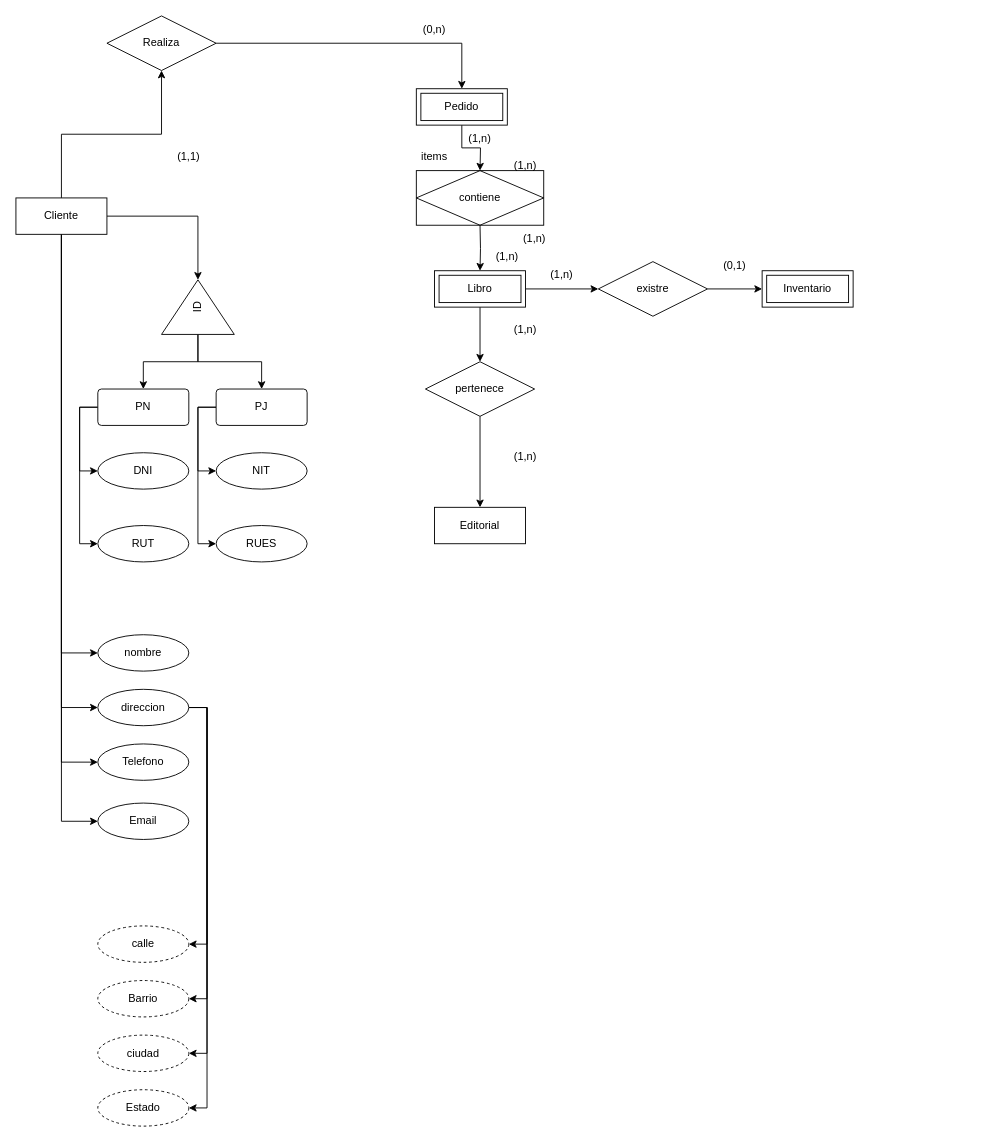
Earlier version of the draw.io diagram Manejo de bases de datos.drawio (lucaperez123/CursoAlura). Source tidied: cells renumbered, new cells numbered last; positions are measured from the earlier drawing's top-left corner, leaving out a move shared by most shapes. Both pictures are drawn from the tidied source at 91%, with x=0, y=0 at pixel (15, 15).
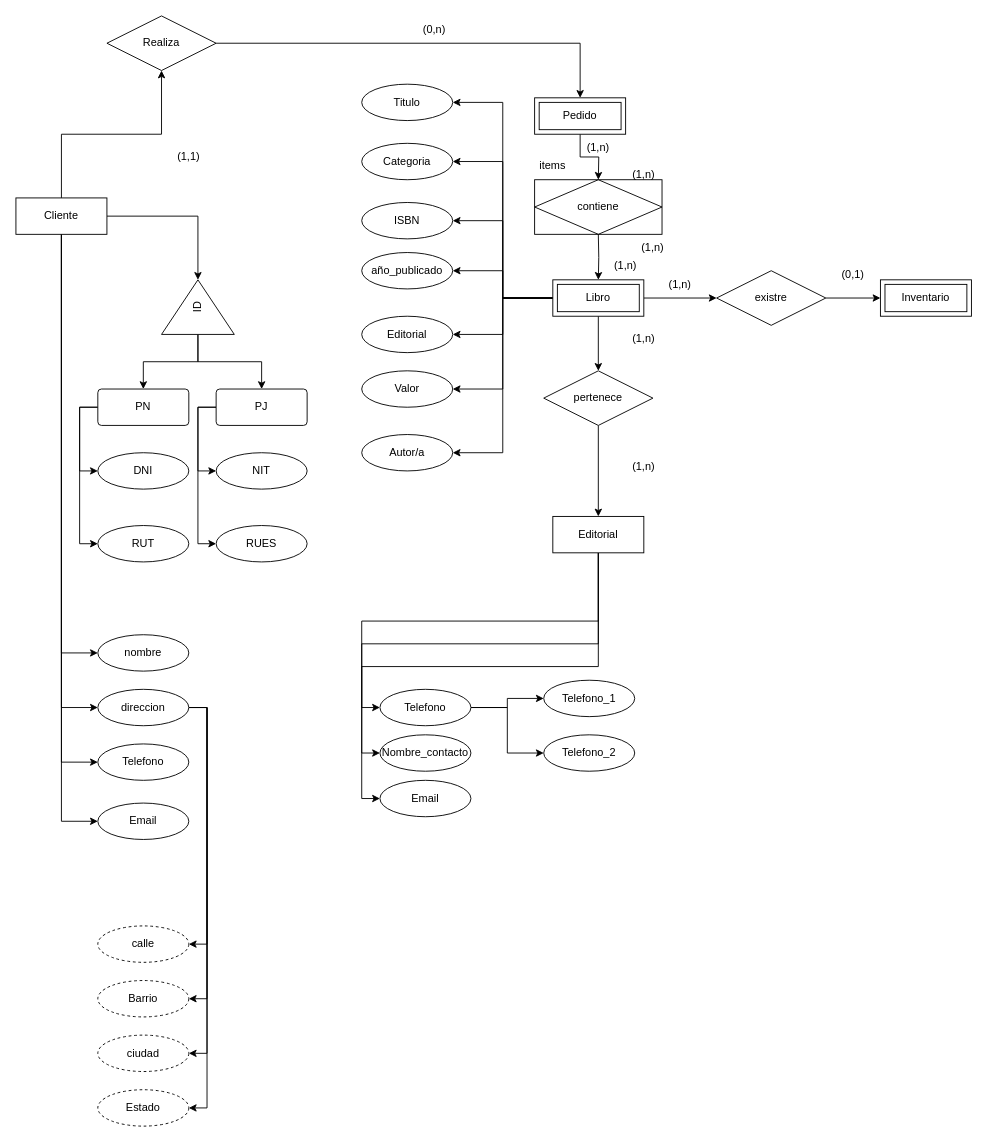
Above is the later version.

Commit message:
colocamos atributos de libro y editorial

What changed in the source:
```diff
@@
     <mxCell id="9" style="edgeStyle=orthogonalEdgeStyle;rounded=0;jettySize=auto;html=1;exitX=0.5;exitY=1;exitDx=0;exitDy=0;entryX=0.5;entryY=0;entryDx=0;entryDy=0;" parent="1" edge="1" source="10">
       <mxGeometry relative="1" as="geometry">
-        <mxPoint x="510" y="170" as="targetPoint" />
+        <mxPoint x="640" y="180" as="targetPoint" />
       </mxGeometry>
     </mxCell>
     <mxCell id="10" value="Pedido" style="shape=ext;margin=3;double=1;whiteSpace=wrap;html=1;align=center;" parent="1" vertex="1">
-      <mxGeometry x="440" y="80" width="100" height="40" as="geometry" />
+      <mxGeometry x="570" y="90" width="100" height="40" as="geometry" />
     </mxCell>
+    <mxCell id="61" style="edgeStyle=orthogonalEdgeStyle;rounded=0;jettySize=auto;html=1;exitX=0.5;exitY=1;exitDx=0;exitDy=0;entryX=0;entryY=0.5;entryDx=0;entryDy=0;" parent="1" edge="1" source="11" target="80">
+      <mxGeometry relative="1" as="geometry" />
+    </mxCell>
+    <mxCell id="62" style="edgeStyle=orthogonalEdgeStyle;rounded=0;jettySize=auto;html=1;exitX=0.5;exitY=1;exitDx=0;exitDy=0;entryX=0;entryY=0.5;entryDx=0;entryDy=0;" parent="1" edge="1" source="11" target="81">
+      <mxGeometry relative="1" as="geometry" />
+    </mxCell>
+    <mxCell id="63" style="edgeStyle=orthogonalEdgeStyle;rounded=0;jettySize=auto;html=1;exitX=0.5;exitY=1;exitDx=0;exitDy=0;entryX=0;entryY=0.5;entryDx=0;entryDy=0;" parent="1" edge="1" source="11" target="82">
+      <mxGeometry relative="1" as="geometry" />
+    </mxCell>
     <mxCell id="11" value="Editorial" style="whiteSpace=wrap;html=1;align=center;" parent="1" vertex="1">
-      <mxGeometry x="460" y="540" width="100" height="40" as="geometry" />
+      <mxGeometry x="590" y="550" width="100" height="40" as="geometry" />
     </mxCell>
@@
+    <mxCell id="64" style="edgeStyle=orthogonalEdgeStyle;rounded=0;jettySize=auto;html=1;exitX=0;exitY=0.5;exitDx=0;exitDy=0;entryX=1;entryY=0.5;entryDx=0;entryDy=0;" parent="1" edge="1" source="14" target="71">
+      <mxGeometry relative="1" as="geometry" />
+    </mxCell>
+    <mxCell id="65" style="edgeStyle=orthogonalEdgeStyle;rounded=0;jettySize=auto;html=1;exitX=0;exitY=0.5;exitDx=0;exitDy=0;entryX=1;entryY=0.5;entryDx=0;entryDy=0;" parent="1" edge="1" source="14" target="72">
+      <mxGeometry relative="1" as="geometry" />
+    </mxCell>
+    <mxCell id="66" style="edgeStyle=orthogonalEdgeStyle;rounded=0;jettySize=auto;html=1;exitX=0;exitY=0.5;exitDx=0;exitDy=0;entryX=1;entryY=0.5;entryDx=0;entryDy=0;" parent="1" edge="1" source="14" target="73">
+      <mxGeometry relative="1" as="geometry" />
+    </mxCell>
+    <mxCell id="67" style="edgeStyle=orthogonalEdgeStyle;rounded=0;jettySize=auto;html=1;exitX=0;exitY=0.5;exitDx=0;exitDy=0;entryX=1;entryY=0.5;entryDx=0;entryDy=0;" parent="1" edge="1" source="14" target="74">
+      <mxGeometry relative="1" as="geometry" />
+    </mxCell>
+    <mxCell id="68" style="edgeStyle=orthogonalEdgeStyle;rounded=0;jettySize=auto;html=1;exitX=0;exitY=0.5;exitDx=0;exitDy=0;entryX=1;entryY=0.5;entryDx=0;entryDy=0;" parent="1" edge="1" source="14" target="75">
+      <mxGeometry relative="1" as="geometry" />
+    </mxCell>
+    <mxCell id="69" style="edgeStyle=orthogonalEdgeStyle;rounded=0;jettySize=auto;html=1;exitX=0;exitY=0.5;exitDx=0;exitDy=0;entryX=1;entryY=0.5;entryDx=0;entryDy=0;" parent="1" edge="1" source="14" target="76">
+      <mxGeometry relative="1" as="geometry" />
+    </mxCell>
+    <mxCell id="70" style="edgeStyle=orthogonalEdgeStyle;rounded=0;jettySize=auto;html=1;exitX=0;exitY=0.5;exitDx=0;exitDy=0;entryX=1;entryY=0.5;entryDx=0;entryDy=0;" parent="1" edge="1" source="14" target="77">
+      <mxGeometry relative="1" as="geometry" />
+    </mxCell>
     <mxCell id="14" value="Libro" style="shape=ext;margin=3;double=1;whiteSpace=wrap;html=1;align=center;" parent="1" vertex="1">
-      <mxGeometry x="460" y="280" width="100" height="40" as="geometry" />
+      <mxGeometry x="590" y="290" width="100" height="40" as="geometry" />
     </mxCell>
     <mxCell id="15" value="Inventario" style="shape=ext;margin=3;double=1;whiteSpace=wrap;html=1;align=center;" parent="1" vertex="1">
-      <mxGeometry x="820" y="280" width="100" height="40" as="geometry" />
+      <mxGeometry x="950" y="290" width="100" height="40" as="geometry" />
     </mxCell>
@@
     <mxCell id="20" style="edgeStyle=orthogonalEdgeStyle;rounded=0;jettySize=auto;html=1;exitX=0.5;exitY=1;exitDx=0;exitDy=0;entryX=0.5;entryY=0;entryDx=0;entryDy=0;" parent="1" edge="1" target="14">
       <mxGeometry relative="1" as="geometry">
-        <mxPoint x="510" y="230" as="sourcePoint" />
+        <mxPoint x="640" y="240" as="sourcePoint" />
       </mxGeometry>
     </mxCell>
     <mxCell id="21" value="(1,n)" style="text;html=1;align=center;verticalAlign=middle;whiteSpace=wrap;rounded=0;" parent="1" vertex="1">
-      <mxGeometry x="480" y="120" width="60" height="30" as="geometry" />
+      <mxGeometry x="610" y="130" width="60" height="30" as="geometry" />
     </mxCell>
     <mxCell id="22" value="(1,n)" style="text;html=1;align=center;verticalAlign=middle;whiteSpace=wrap;rounded=0;" parent="1" vertex="1">
-      <mxGeometry x="510" y="250" width="60" height="30" as="geometry" />
+      <mxGeometry x="640" y="260" width="60" height="30" as="geometry" />
     </mxCell>
@@
     <mxCell id="24" value="pertenece" style="shape=rhombus;perimeter=rhombusPerimeter;whiteSpace=wrap;html=1;align=center;" parent="1" vertex="1">
-      <mxGeometry x="450" y="380" width="120" height="60" as="geometry" />
+      <mxGeometry x="580" y="390" width="120" height="60" as="geometry" />
     </mxCell>
     <mxCell id="25" value="(1,n)" style="text;html=1;align=center;verticalAlign=middle;whiteSpace=wrap;rounded=0;" parent="1" vertex="1">
-      <mxGeometry x="530" y="330" width="60" height="30" as="geometry" />
+      <mxGeometry x="660" y="340" width="60" height="30" as="geometry" />
     </mxCell>
     <mxCell id="26" value="(1,n)" style="text;html=1;align=center;verticalAlign=middle;whiteSpace=wrap;rounded=0;" parent="1" vertex="1">
-      <mxGeometry x="530" y="470" width="60" height="30" as="geometry" />
+      <mxGeometry x="660" y="480" width="60" height="30" as="geometry" />
     </mxCell>
@@
     <mxCell id="28" value="existre" style="shape=rhombus;perimeter=rhombusPerimeter;whiteSpace=wrap;html=1;align=center;" parent="1" vertex="1">
-      <mxGeometry x="640" y="270" width="120" height="60" as="geometry" />
+      <mxGeometry x="770" y="280" width="120" height="60" as="geometry" />
     </mxCell>
     <mxCell id="29" value="(1,n)" style="text;html=1;align=center;verticalAlign=middle;whiteSpace=wrap;rounded=0;" parent="1" vertex="1">
-      <mxGeometry x="570" y="270" width="60" height="30" as="geometry" />
+      <mxGeometry x="700" y="280" width="60" height="30" as="geometry" />
     </mxCell>
     <mxCell id="30" value="(0,1)" style="text;html=1;align=center;verticalAlign=middle;whiteSpace=wrap;rounded=0;" parent="1" vertex="1">
-      <mxGeometry x="760" y="260" width="60" height="30" as="geometry" />
+      <mxGeometry x="890" y="270" width="60" height="30" as="geometry" />
     </mxCell>
     <mxCell id="31" value="contiene" style="shape=associativeEntity;whiteSpace=wrap;html=1;align=center;" parent="1" vertex="1">
-      <mxGeometry x="440" y="170" width="140" height="60" as="geometry" />
+      <mxGeometry x="570" y="180" width="140" height="60" as="geometry" />
     </mxCell>
     <mxCell id="32" value="items" style="text;html=1;align=center;verticalAlign=middle;whiteSpace=wrap;rounded=0;" parent="1" vertex="1">
-      <mxGeometry x="430" y="140" width="60" height="30" as="geometry" />
+      <mxGeometry x="560" y="150" width="60" height="30" as="geometry" />
     </mxCell>
     <mxCell id="33" value="(1,n)" style="text;html=1;align=center;verticalAlign=middle;whiteSpace=wrap;rounded=0;" parent="1" vertex="1">
-      <mxGeometry x="530" y="150" width="60" height="30" as="geometry" />
+      <mxGeometry x="660" y="160" width="60" height="30" as="geometry" />
     </mxCell>
     <mxCell id="34" value="(1,n)" style="text;html=1;align=center;verticalAlign=middle;whiteSpace=wrap;rounded=0;" parent="1" vertex="1">
-      <mxGeometry x="540" y="230" width="60" height="30" as="geometry" />
+      <mxGeometry x="670" y="240" width="60" height="30" as="geometry" />
     </mxCell>
@@
+    <mxCell id="71" value="Titulo" style="ellipse;whiteSpace=wrap;html=1;align=center;" parent="1" vertex="1">
+      <mxGeometry x="380" y="75" width="100" height="40" as="geometry" />
+    </mxCell>
+    <mxCell id="72" value="Categoria" style="ellipse;whiteSpace=wrap;html=1;align=center;" parent="1" vertex="1">
+      <mxGeometry x="380" y="140" width="100" height="40" as="geometry" />
+    </mxCell>
+    <mxCell id="73" value="ISBN" style="ellipse;whiteSpace=wrap;html=1;align=center;" parent="1" vertex="1">
+      <mxGeometry x="380" y="205" width="100" height="40" as="geometry" />
+    </mxCell>
+    <mxCell id="74" value="año_publicado" style="ellipse;whiteSpace=wrap;html=1;align=center;" parent="1" vertex="1">
+      <mxGeometry x="380" y="260" width="100" height="40" as="geometry" />
+    </mxCell>
+    <mxCell id="75" value="Editorial" style="ellipse;whiteSpace=wrap;html=1;align=center;" parent="1" vertex="1">
+      <mxGeometry x="380" y="330" width="100" height="40" as="geometry" />
+    </mxCell>
+    <mxCell id="76" value="Valor" style="ellipse;whiteSpace=wrap;html=1;align=center;" parent="1" vertex="1">
+      <mxGeometry x="380" y="390" width="100" height="40" as="geometry" />
+    </mxCell>
+    <mxCell id="77" value="Autor/a" style="ellipse;whiteSpace=wrap;html=1;align=center;" parent="1" vertex="1">
+      <mxGeometry x="380" y="460" width="100" height="40" as="geometry" />
+    </mxCell>
+    <mxCell id="78" style="edgeStyle=orthogonalEdgeStyle;rounded=0;jettySize=auto;html=1;exitX=1;exitY=0.5;exitDx=0;exitDy=0;entryX=0;entryY=0.5;entryDx=0;entryDy=0;" parent="1" edge="1" source="80" target="83">
+      <mxGeometry relative="1" as="geometry" />
+    </mxCell>
+    <mxCell id="79" style="edgeStyle=orthogonalEdgeStyle;rounded=0;jettySize=auto;html=1;exitX=1;exitY=0.5;exitDx=0;exitDy=0;entryX=0;entryY=0.5;entryDx=0;entryDy=0;" parent="1" edge="1" source="80" target="84">
+      <mxGeometry relative="1" as="geometry" />
+    </mxCell>
+    <mxCell id="80" value="Telefono" style="ellipse;whiteSpace=wrap;html=1;align=center;" parent="1" vertex="1">
+      <mxGeometry x="400" y="740" width="100" height="40" as="geometry" />
+    </mxCell>
+    <mxCell id="81" value="Nombre_contacto" style="ellipse;whiteSpace=wrap;html=1;align=center;" parent="1" vertex="1">
+      <mxGeometry x="400" y="790" width="100" height="40" as="geometry" />
+    </mxCell>
+    <mxCell id="82" value="Email" style="ellipse;whiteSpace=wrap;html=1;align=center;" parent="1" vertex="1">
+      <mxGeometry x="400" y="840" width="100" height="40" as="geometry" />
+    </mxCell>
+    <mxCell id="83" value="Telefono_1" style="ellipse;whiteSpace=wrap;html=1;align=center;" parent="1" vertex="1">
+      <mxGeometry x="580" y="730" width="100" height="40" as="geometry" />
+    </mxCell>
+    <mxCell id="84" value="Telefono_2" style="ellipse;whiteSpace=wrap;html=1;align=center;" parent="1" vertex="1">
+      <mxGeometry x="580" y="790" width="100" height="40" as="geometry" />
+    </mxCell>
```
